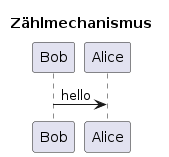
The PlantUML diagram docs/requirements/F003/F003_act.png in wordle-time/wordle-time, before a commit. Its diagram source:
```plantuml
@startuml F003_act
<style file=plantStyle.css>
title "Zählmechanismus"

Bob -> Alice : hello
@enduml
```
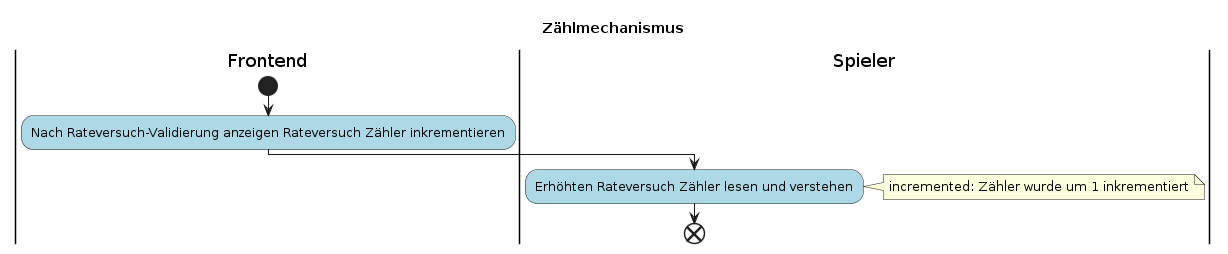
The same file after the commit.

What changed in the source:
```diff
@@ -2,5 +2,17 @@
 <style file=plantStyle.css>
 title "Zählmechanismus"
 
-Bob -> Alice : hello
+|Frontend|
+|Spieler|
+
+|Frontend|
+start
+:Nach Rateversuch-Validierung anzeigen Rateversuch Zähler inkrementieren;
+|Spieler|
+:Erhöhten Rateversuch Zähler lesen und verstehen;
+note right
+    incremented: Zähler wurde um 1 inkrementiert
+end note
+end
+
 @enduml
```
